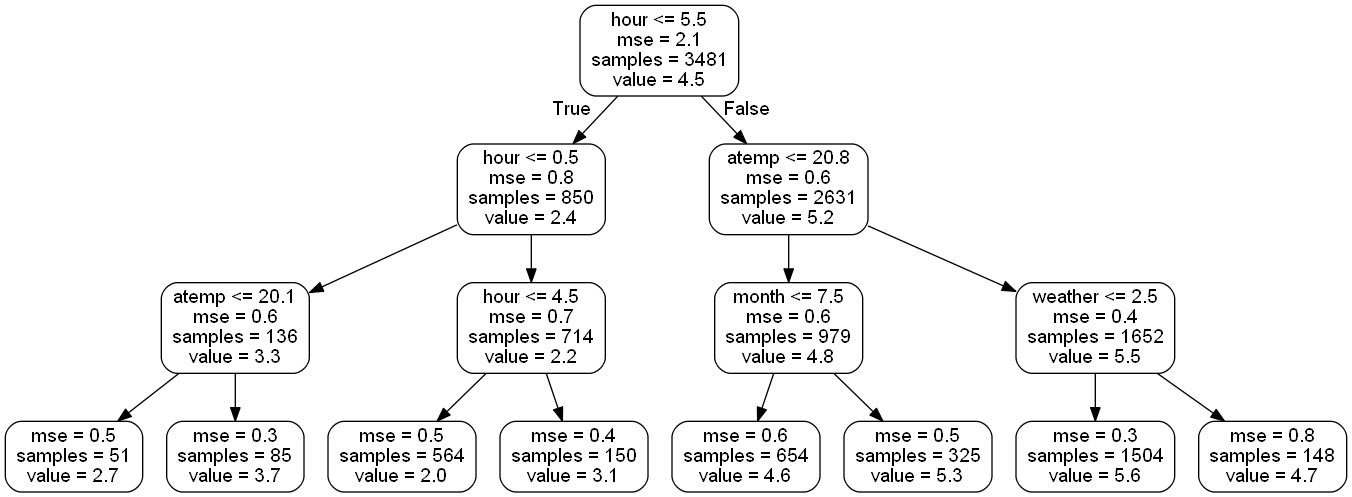
This is Images/tree.png from shashankvmaiya/Bike-Sharing-Demand-Prediction, a Graphviz export, as it was before one commit. Its source is kept beside it as Images/tree.dot.
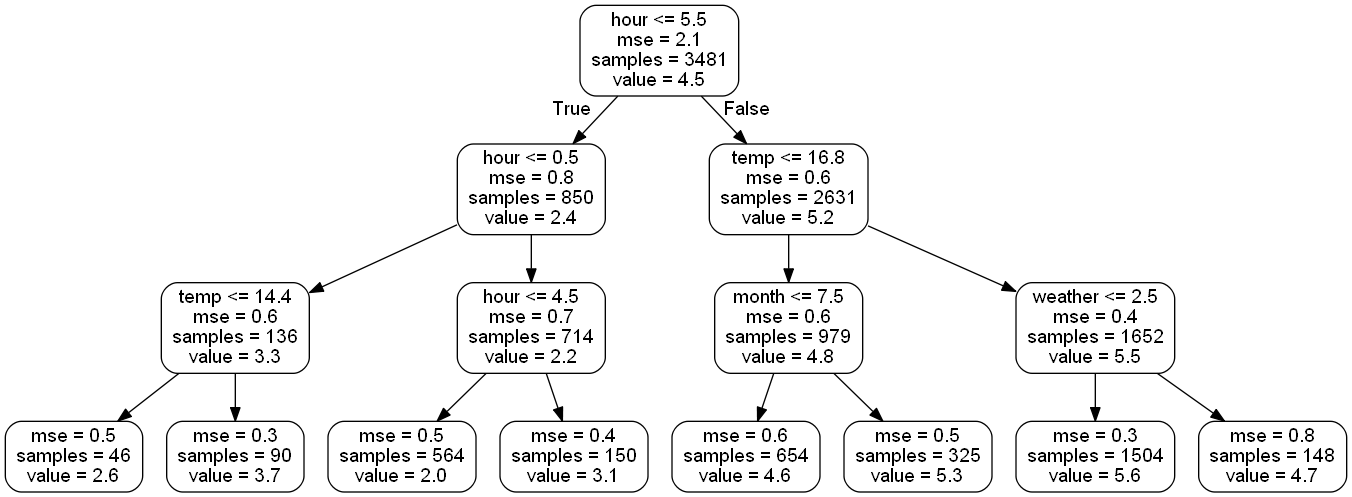
The same diagram one commit later.

Diff of the diagram source:
```diff
@@ -4,11 +4,11 @@
 0 [label="hour <= 5.5\nmse = 2.1\nsamples = 3481\nvalue = 4.5"] ;
 1 [label="hour <= 0.5\nmse = 0.8\nsamples = 850\nvalue = 2.4"] ;
 0 -> 1 [labeldistance=2.5, labelangle=45, headlabel="True"] ;
-2 [label="atemp <= 20.1\nmse = 0.6\nsamples = 136\nvalue = 3.3"] ;
+2 [label="temp <= 14.4\nmse = 0.6\nsamples = 136\nvalue = 3.3"] ;
 1 -> 2 ;
-3 [label="mse = 0.5\nsamples = 51\nvalue = 2.7"] ;
+3 [label="mse = 0.5\nsamples = 46\nvalue = 2.6"] ;
 2 -> 3 ;
-4 [label="mse = 0.3\nsamples = 85\nvalue = 3.7"] ;
+4 [label="mse = 0.3\nsamples = 90\nvalue = 3.7"] ;
 2 -> 4 ;
 5 [label="hour <= 4.5\nmse = 0.7\nsamples = 714\nvalue = 2.2"] ;
 1 -> 5 ;
@@ -16,7 +16,7 @@
 5 -> 6 ;
 7 [label="mse = 0.4\nsamples = 150\nvalue = 3.1"] ;
 5 -> 7 ;
-8 [label="atemp <= 20.8\nmse = 0.6\nsamples = 2631\nvalue = 5.2"] ;
+8 [label="temp <= 16.8\nmse = 0.6\nsamples = 2631\nvalue = 5.2"] ;
 0 -> 8 [labeldistance=2.5, labelangle=-45, headlabel="False"] ;
 9 [label="month <= 7.5\nmse = 0.6\nsamples = 979\nvalue = 4.8"] ;
 8 -> 9 ;
```
